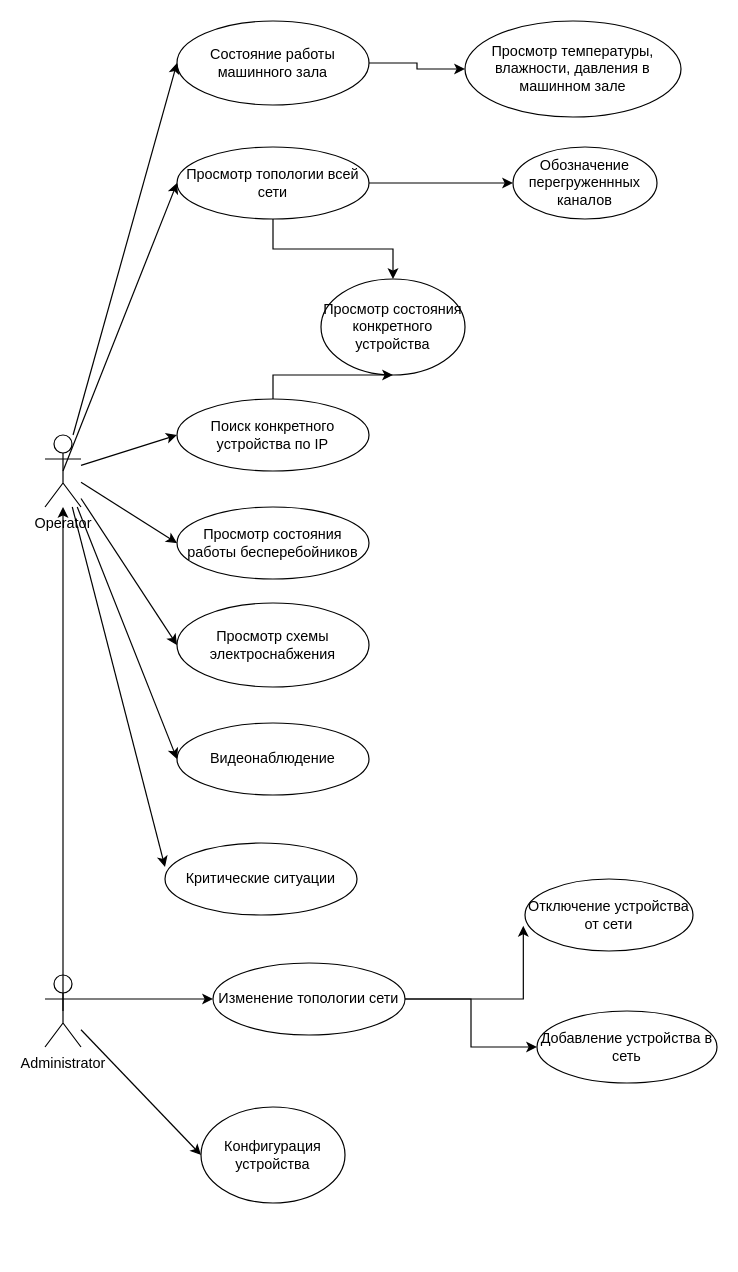
Before: Untitled Diagram.drawio in sophiiako/unik, a draw.io diagram. Source tidied: cells renumbered, new cells numbered last; positions are measured from the earlier drawing's top-left corner, leaving out a move shared by most shapes. Both pictures are drawn from the tidied source at 120%, with x=0, y=0 at pixel (44, 20).
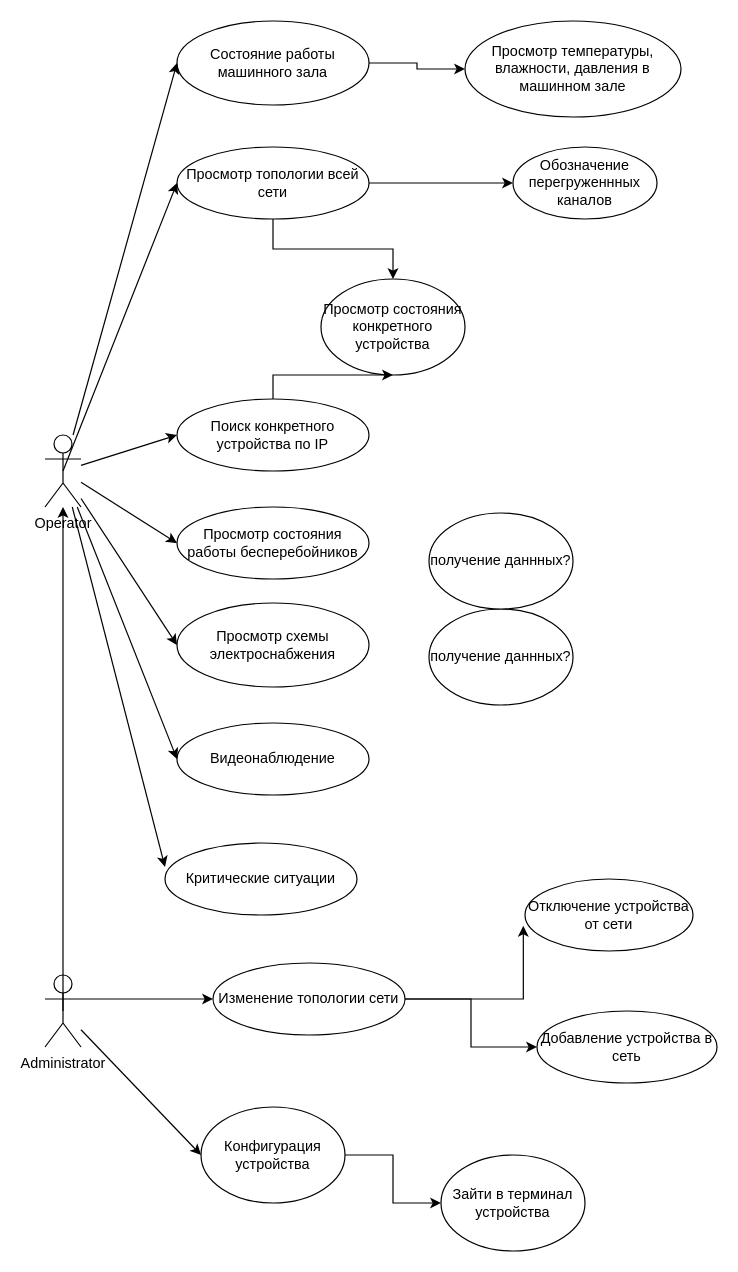
After the change.

Unchanged cells that the change refers to:
```xml
<mxCell id="23" value="Конфигурация устройства" style="ellipse;whiteSpace=wrap;html=1;" parent="1" vertex="1">
  <mxGeometry x="130" y="905" width="120" height="80" as="geometry" />
</mxCell>
```

The edit, as a diff of the source:
```diff
@@
+    <mxCell id="34" style="edgeStyle=orthogonalEdgeStyle;rounded=0;jettySize=auto;html=1;" parent="1" edge="1" source="23" target="35">
+      <mxGeometry relative="1" as="geometry" />
+    </mxCell>
@@
+    <mxCell id="35" value="Зайти в терминал устройства" style="ellipse;whiteSpace=wrap;html=1;" parent="1" vertex="1">
+      <mxGeometry x="330" y="945" width="120" height="80" as="geometry" />
+    </mxCell>
+    <mxCell id="36" value="получение даннных?" style="ellipse;whiteSpace=wrap;html=1;" parent="1" vertex="1">
+      <mxGeometry x="320" y="490" width="120" height="80" as="geometry" />
+    </mxCell>
+    <mxCell id="37" value="получение даннных?" style="ellipse;whiteSpace=wrap;html=1;" parent="1" vertex="1">
+      <mxGeometry x="320" y="410" width="120" height="80" as="geometry" />
+    </mxCell>
```
